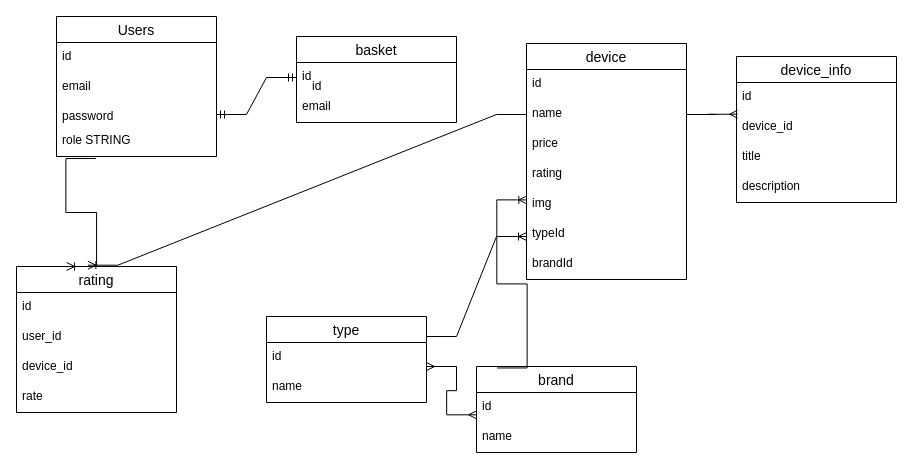
Ruslanchic1999/git-course keeps this draw.io diagram as store Diagram.drawio. Above is the earlier version. Source tidied: cells renumbered, new cells numbered last; positions are measured from the earlier drawing's top-left corner, leaving out a move shared by most shapes. Both pictures are drawn from the tidied source at 100%, with x=0, y=0 at pixel (16, 16).
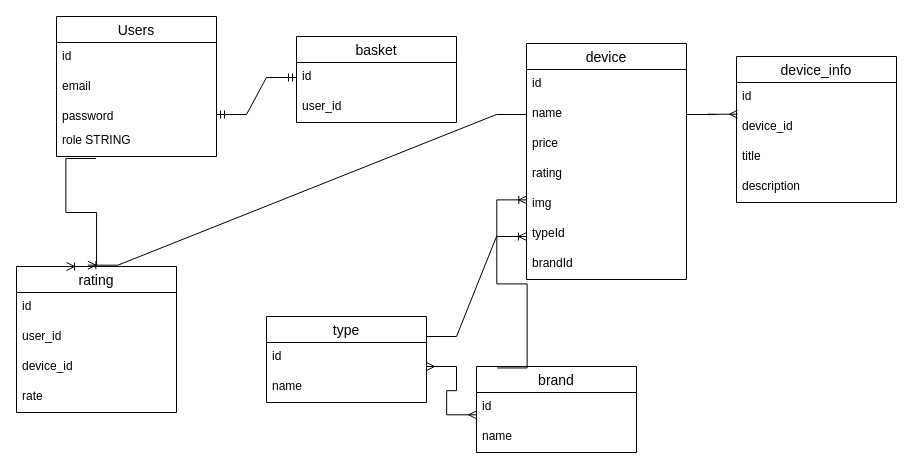
The same diagram, later.

Unchanged cells that the change refers to:
```xml
<mxCell id="7" value="basket" style="swimlane;fontStyle=0;horizontal=1;startSize=26;align=center;fontSize=14;" parent="1" vertex="1">
  <mxGeometry x="280" y="20" width="160" height="86" as="geometry" />
</mxCell>
```

The edit, as a diff of the source:
```diff
@@
-    <mxCell id="9" value="email" style="text;strokeColor=none;fillColor=none;spacingLeft=4;spacingRight=4;overflow=hidden;fontSize=12;" parent="7" vertex="1">
+    <mxCell id="9" value="user_id" style="text;strokeColor=none;fillColor=none;spacingLeft=4;spacingRight=4;overflow=hidden;fontSize=12;" parent="7" vertex="1">
       <mxGeometry y="56" width="160" height="30" as="geometry" />
     </mxCell>
@@
-    <mxCell id="11" value="id" style="text;strokeColor=none;fillColor=none;spacingLeft=4;spacingRight=4;overflow=hidden;fontSize=12;" parent="1" vertex="1">
-      <mxGeometry x="290" y="56" width="160" height="30" as="geometry" />
-    </mxCell>
```
